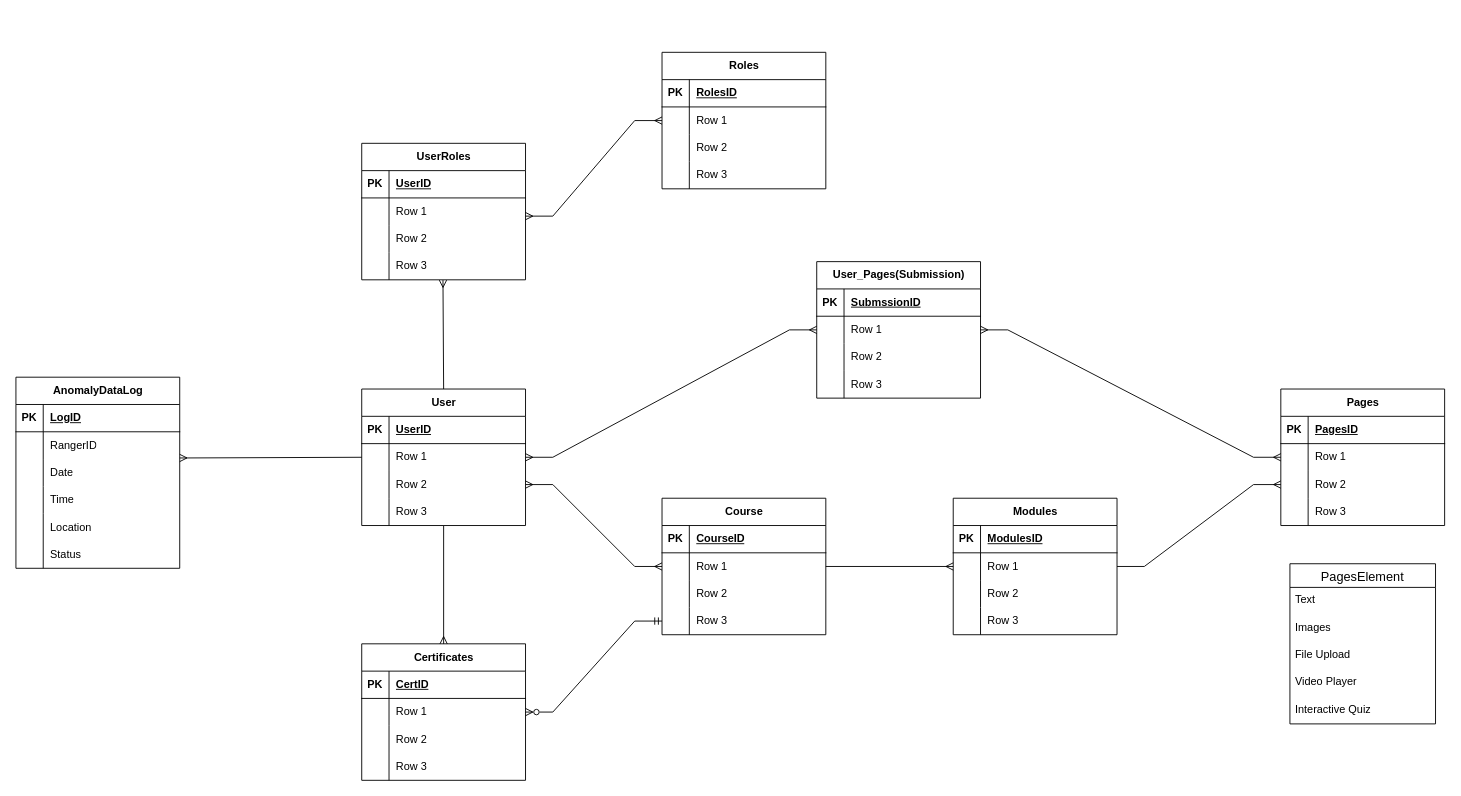
Suerfine/COS30049-CTIP keeps this draw.io diagram as docs/ERD_CTIP.drawio. Above is the earlier version. Source tidied: cells renumbered, new cells numbered last; positions are measured from the earlier drawing's top-left corner, leaving out a move shared by most shapes. Both pictures are drawn from the tidied source at 91%, with x=0, y=0 at pixel (15, 52).
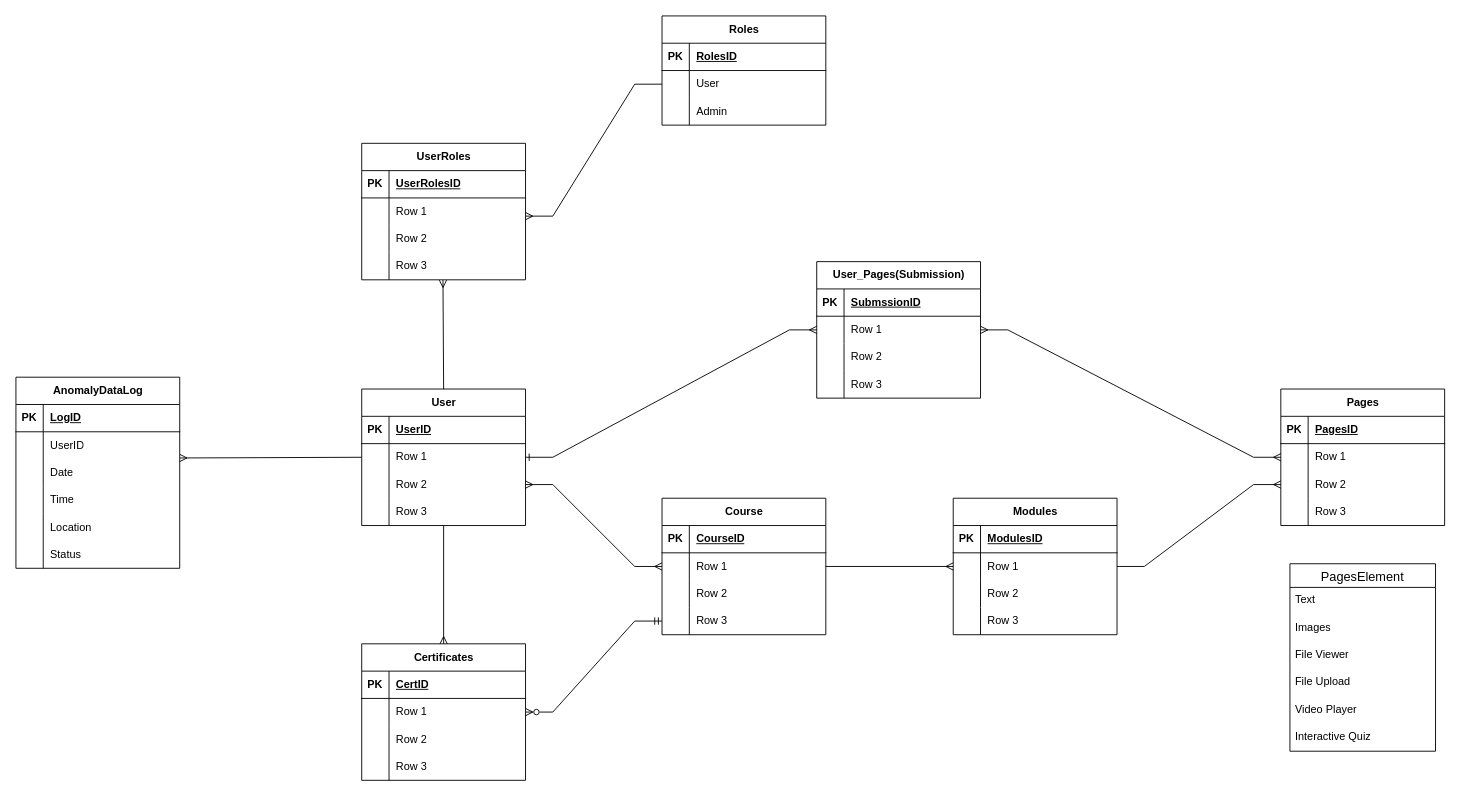
Above is the later version.

Commit message:
doc: ERD Draft 1.1

Unchanged cells that the change refers to:
```xml
<mxCell id="6" style="shape=tableRow;horizontal=0;startSize=0;swimlaneHead=0;swimlaneBody=0;fillColor=none;points=[[0,0.5],[1,0.5]];portConstraint=eastwest;top=0;left=0;right=0;bottom=0;" parent="2" vertex="1">
  <mxGeometry y="60" width="180" height="30" as="geometry" />
</mxCell>
<mxCell id="82" style="shape=tableRow;horizontal=0;startSize=0;swimlaneHead=0;swimlaneBody=0;fillColor=none;points=[[0,0.5],[1,0.5]];portConstraint=eastwest;top=0;left=0;right=0;bottom=0;" parent="78" vertex="1">
  <mxGeometry y="60" width="180" height="30" as="geometry" />
</mxCell>
<mxCell id="99" style="shape=tableRow;horizontal=0;startSize=0;swimlaneHead=0;swimlaneBody=0;fillColor=none;top=0;left=0;right=0;bottom=1;" parent="98" vertex="1">
  <mxGeometry y="30" width="180" height="30" as="geometry" />
</mxCell>
<mxCell id="116" style="shape=tableRow;horizontal=0;startSize=0;swimlaneHead=0;swimlaneBody=0;fillColor=none;points=[[0,0.5],[1,0.5]];portConstraint=eastwest;top=0;left=0;right=0;bottom=0;" parent="112" vertex="1">
  <mxGeometry y="60" width="180" height="30" as="geometry" />
</mxCell>
<mxCell id="119" style="shape=tableRow;horizontal=0;startSize=0;swimlaneHead=0;swimlaneBody=0;fillColor=none;top=0;left=0;right=0;bottom=0;" parent="112" vertex="1">
  <mxGeometry y="90" width="180" height="30" as="geometry" />
</mxCell>
<mxCell id="130" style="shape=tableRow;horizontal=0;startSize=0;swimlaneHead=0;swimlaneBody=0;fillColor=none;points=[[0,0.5],[1,0.5]];portConstraint=eastwest;top=0;left=0;right=0;bottom=0;" parent="126" vertex="1">
  <mxGeometry y="60" width="180" height="30" as="geometry" />
</mxCell>
```

The edit, as a diff of the source:
```diff
@@
     <mxCell id="41" value="PagesElement" style="swimlane;fontStyle=0;horizontal=1;startSize=26;align=center;fontSize=14;" parent="1" vertex="1">
-      <mxGeometry x="1400" y="562" width="160" height="176" as="geometry" />
+      <mxGeometry x="1400" y="562" width="160" height="206" as="geometry" />
     </mxCell>
@@
+    <mxCell id="141" value="File Viewer" style="text;strokeColor=none;fillColor=none;spacingLeft=4;spacingRight=4;overflow=hidden;fontSize=12;whiteSpace=wrap;html=1;" parent="41" vertex="1">
+      <mxGeometry y="86" width="160" height="30" as="geometry" />
+    </mxCell>
     <mxCell id="44" value="File Upload" style="text;strokeColor=none;fillColor=none;spacingLeft=4;spacingRight=4;overflow=hidden;fontSize=12;whiteSpace=wrap;html=1;" parent="41" vertex="1">
-      <mxGeometry y="86" width="160" height="30" as="geometry" />
+      <mxGeometry y="116" width="160" height="30" as="geometry" />
     </mxCell>
     <mxCell id="45" value="Video Player" style="text;strokeColor=none;fillColor=none;spacingLeft=4;spacingRight=4;overflow=hidden;fontSize=12;whiteSpace=wrap;html=1;" parent="41" vertex="1">
-      <mxGeometry y="116" width="160" height="30" as="geometry" />
+      <mxGeometry y="146" width="160" height="30" as="geometry" />
     </mxCell>
     <mxCell id="46" value="Interactive Quiz" style="text;strokeColor=none;fillColor=none;spacingLeft=4;spacingRight=4;overflow=hidden;fontSize=12;whiteSpace=wrap;html=1;" parent="41" vertex="1">
-      <mxGeometry y="146" width="160" height="30" as="geometry" />
+      <mxGeometry y="176" width="160" height="30" as="geometry" />
     </mxCell>
@@
-    <mxCell id="84" value="RangerID" style="shape=partialRectangle;fillColor=none;top=0;left=0;bottom=0;right=0;align=left;spacingLeft=6;overflow=hidden;whiteSpace=wrap;html=1;" parent="82" vertex="1">
+    <mxCell id="84" value="UserID" style="shape=partialRectangle;fillColor=none;top=0;left=0;bottom=0;right=0;align=left;spacingLeft=6;overflow=hidden;whiteSpace=wrap;html=1;" parent="82" vertex="1">
       <mxGeometry x="30" width="150" height="30" as="geometry" />
     </mxCell>
@@
-    <mxCell id="101" value="UserID" style="shape=partialRectangle;fillColor=none;top=0;left=0;bottom=0;right=0;align=left;spacingLeft=6;fontStyle=5;overflow=hidden;whiteSpace=wrap;html=1;" parent="99" vertex="1">
+    <mxCell id="101" value="UserRolesID" style="shape=partialRectangle;fillColor=none;top=0;left=0;bottom=0;right=0;align=left;spacingLeft=6;fontStyle=5;overflow=hidden;whiteSpace=wrap;html=1;" parent="99" vertex="1">
       <mxGeometry x="30" width="150" height="30" as="geometry" />
     </mxCell>
@@
     <mxCell id="112" value="Roles" style="shape=table;startSize=30;childLayout=tableLayout;rowLines=0;fontStyle=1;align=center;html=1;" parent="1" vertex="1">
-      <mxGeometry x="710" width="180" height="150" as="geometry" />
+      <mxGeometry x="710" y="-40" width="180" height="120" as="geometry" />
     </mxCell>
@@
-    <mxCell id="118" value="Row 1" style="shape=partialRectangle;fillColor=none;top=0;left=0;bottom=0;right=0;align=left;spacingLeft=6;overflow=hidden;whiteSpace=wrap;html=1;" parent="116" vertex="1">
+    <mxCell id="118" value="User" style="shape=partialRectangle;fillColor=none;top=0;left=0;bottom=0;right=0;align=left;spacingLeft=6;overflow=hidden;whiteSpace=wrap;html=1;" parent="116" vertex="1">
       <mxGeometry x="30" width="150" height="30" as="geometry" />
     </mxCell>
@@
-    <mxCell id="121" value="Row 2" style="shape=partialRectangle;fillColor=none;top=0;left=0;bottom=0;right=0;align=left;spacingLeft=6;overflow=hidden;whiteSpace=wrap;html=1;" parent="119" vertex="1">
+    <mxCell id="121" value="Admin" style="shape=partialRectangle;fillColor=none;top=0;left=0;bottom=0;right=0;align=left;spacingLeft=6;overflow=hidden;whiteSpace=wrap;html=1;" parent="119" vertex="1">
       <mxGeometry x="30" width="150" height="30" as="geometry" />
     </mxCell>
-    <mxCell id="122" style="shape=tableRow;horizontal=0;startSize=0;swimlaneHead=0;swimlaneBody=0;fillColor=none;top=0;left=0;right=0;bottom=0;" parent="112" vertex="1">
-      <mxGeometry y="120" width="180" height="30" as="geometry" />
-    </mxCell>
-    <mxCell id="123" style="shape=partialRectangle;fillColor=none;top=0;left=0;bottom=0;right=0;overflow=hidden;whiteSpace=wrap;html=1;" parent="122" vertex="1">
-      <mxGeometry width="30" height="30" as="geometry" />
-    </mxCell>
-    <mxCell id="124" value="Row 3" style="shape=partialRectangle;fillColor=none;top=0;left=0;bottom=0;right=0;align=left;spacingLeft=6;overflow=hidden;whiteSpace=wrap;html=1;" parent="122" vertex="1">
-      <mxGeometry x="30" width="150" height="30" as="geometry" />
-    </mxCell>
-    <mxCell id="125" style="fontSize=12;html=1;endArrow=ERmany;startArrow=ERmany;rounded=0;entryX=0;entryY=0.5;entryDx=0;entryDy=0;exitX=1;exitY=0.5;exitDx=0;exitDy=0;edgeStyle=entityRelationEdgeStyle;" parent="1" edge="1" target="116">
+    <mxCell id="125" style="fontSize=12;html=1;endArrow=none;startArrow=ERmany;rounded=0;entryX=0;entryY=0.5;entryDx=0;entryDy=0;exitX=1;exitY=0.5;exitDx=0;exitDy=0;edgeStyle=entityRelationEdgeStyle;endFill=0;" parent="1" edge="1" target="116">
       <mxGeometry relative="1" as="geometry">
         <mxPoint x="560" y="180" as="sourcePoint" />
       </mxGeometry>
     </mxCell>
@@
-    <mxCell id="139" style="fontSize=12;html=1;endArrow=ERmany;startArrow=ERmany;rounded=0;entryX=0;entryY=0.5;entryDx=0;entryDy=0;exitX=1;exitY=0.5;exitDx=0;exitDy=0;edgeStyle=entityRelationEdgeStyle;" parent="1" edge="1" source="6" target="130">
+    <mxCell id="139" style="fontSize=12;html=1;endArrow=ERmany;startArrow=ERone;rounded=0;entryX=0;entryY=0.5;entryDx=0;entryDy=0;exitX=1;exitY=0.5;exitDx=0;exitDy=0;edgeStyle=entityRelationEdgeStyle;startFill=0;" parent="1" edge="1" source="6" target="130">
       <mxGeometry relative="1" as="geometry" />
     </mxCell>
```
